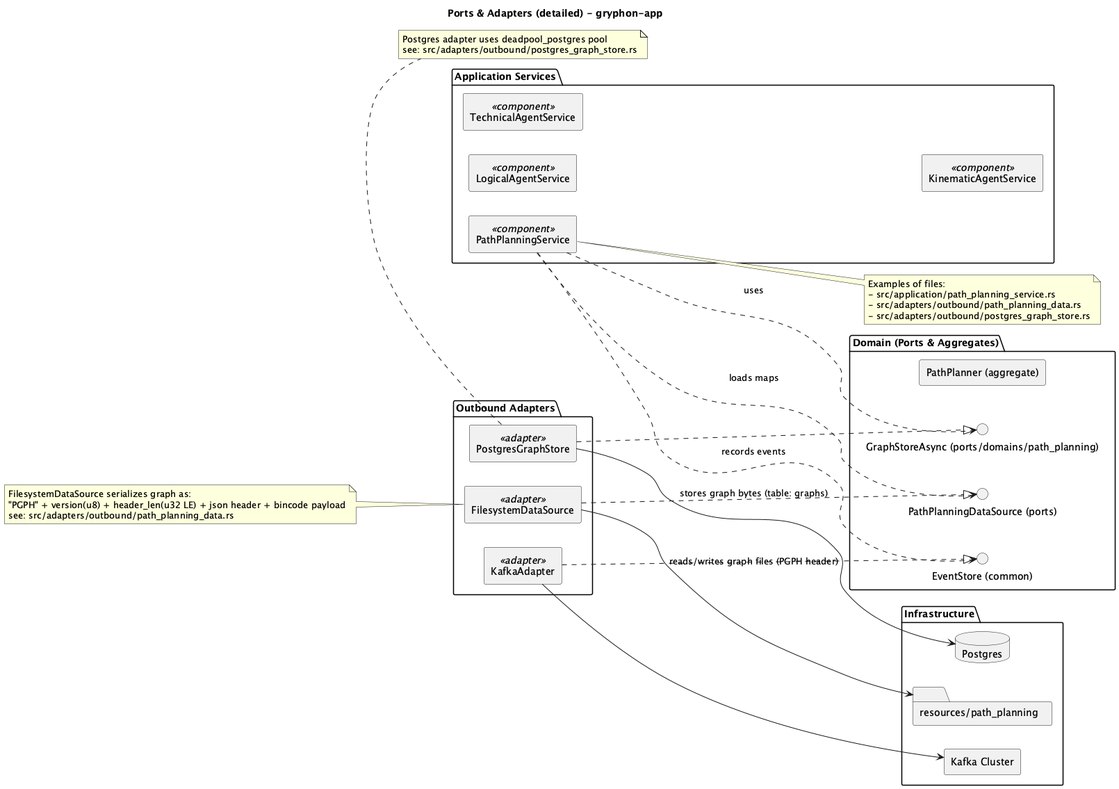
This is docs/diagrams/ports_adapters_detailed.png from eikeschumann971/gryphon-app, a PlantUML export, as it was before one commit. Its source is kept beside it as docs/diagrams/ports_adapters_detailed.puml.
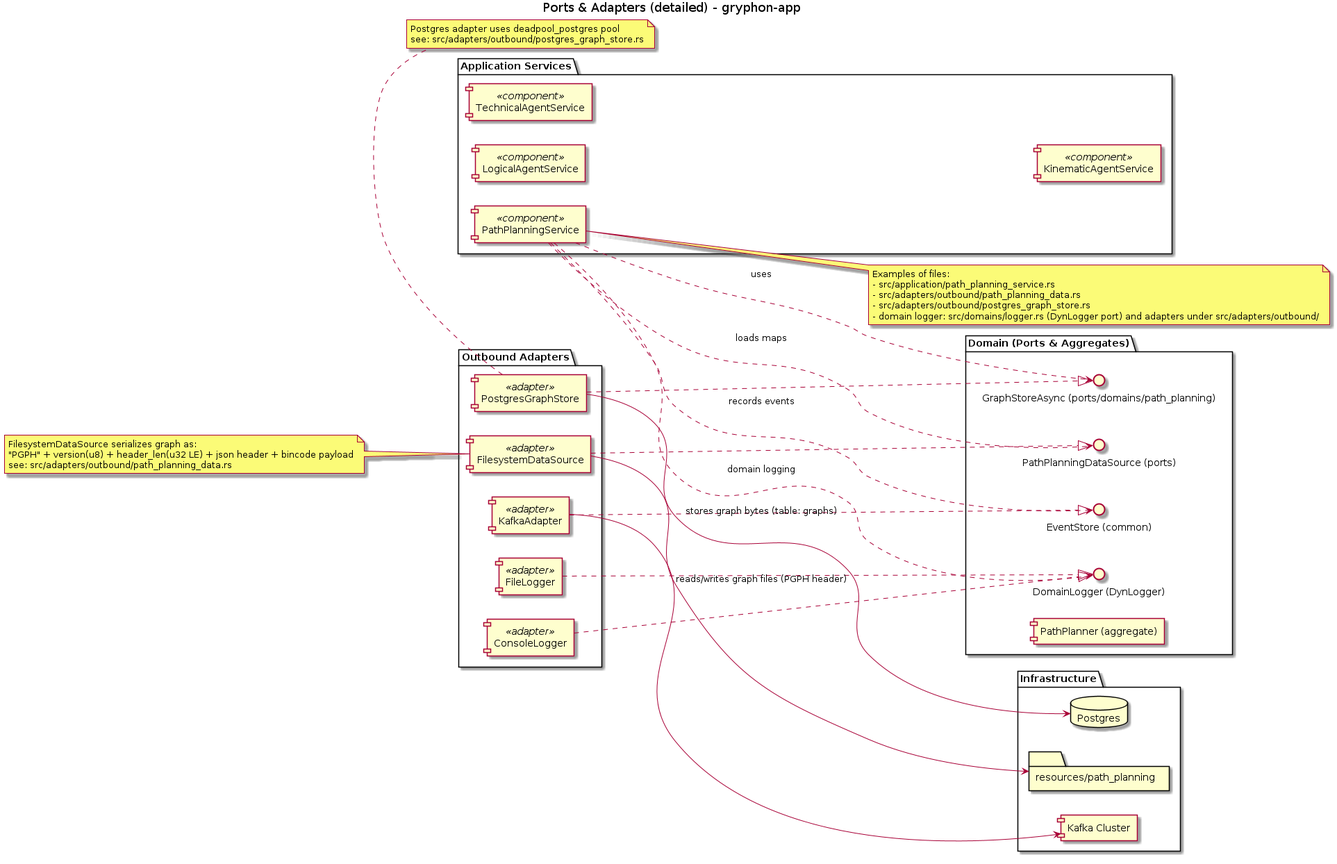
Above is the later version.

The edit, as a diff of the source:
```diff
@@ -14,6 +14,7 @@
   interface "GraphStoreAsync (ports/domains/path_planning)" as GraphStorePort
   interface "PathPlanningDataSource (ports)" as DataSourcePort
   interface "EventStore (common)" as EventStorePort
+  interface "DomainLogger (DynLogger)" as LoggerPort
   component "PathPlanner (aggregate)" as PathPlannerAgg
 }
 
@@ -21,6 +22,8 @@
   component "FilesystemDataSource" as FS <<adapter>>
   component "PostgresGraphStore" as PG <<adapter>>
   component "KafkaAdapter" as KAFKA <<adapter>>
+  component "FileLogger" as FILELOG <<adapter>>
+  component "ConsoleLogger" as CONSLOG <<adapter>>
 }
 
 package "Infrastructure" {
@@ -32,10 +35,13 @@
 PathPlanningService ..> GraphStorePort : uses
 PathPlanningService ..> DataSourcePort : loads maps
 PathPlanningService ..> EventStorePort : records events
+PathPlanningService ..> LoggerPort : domain logging
 
 FS ..|> DataSourcePort
 PG ..|> GraphStorePort
 KAFKA ..|> EventStorePort
+FILELOG ..|> LoggerPort
+CONSLOG ..|> LoggerPort
 
 PG --> DB : stores graph bytes (table: graphs)
 FS --> ASSETS : reads/writes graph files (PGPH header)
@@ -46,6 +52,7 @@
   - src/application/path_planning_service.rs
   - src/adapters/outbound/path_planning_data.rs
   - src/adapters/outbound/postgres_graph_store.rs
+  - domain logger: src/domains/logger.rs (DynLogger port) and adapters under src/adapters/outbound/
 end note
 
 note bottom of PG
```
